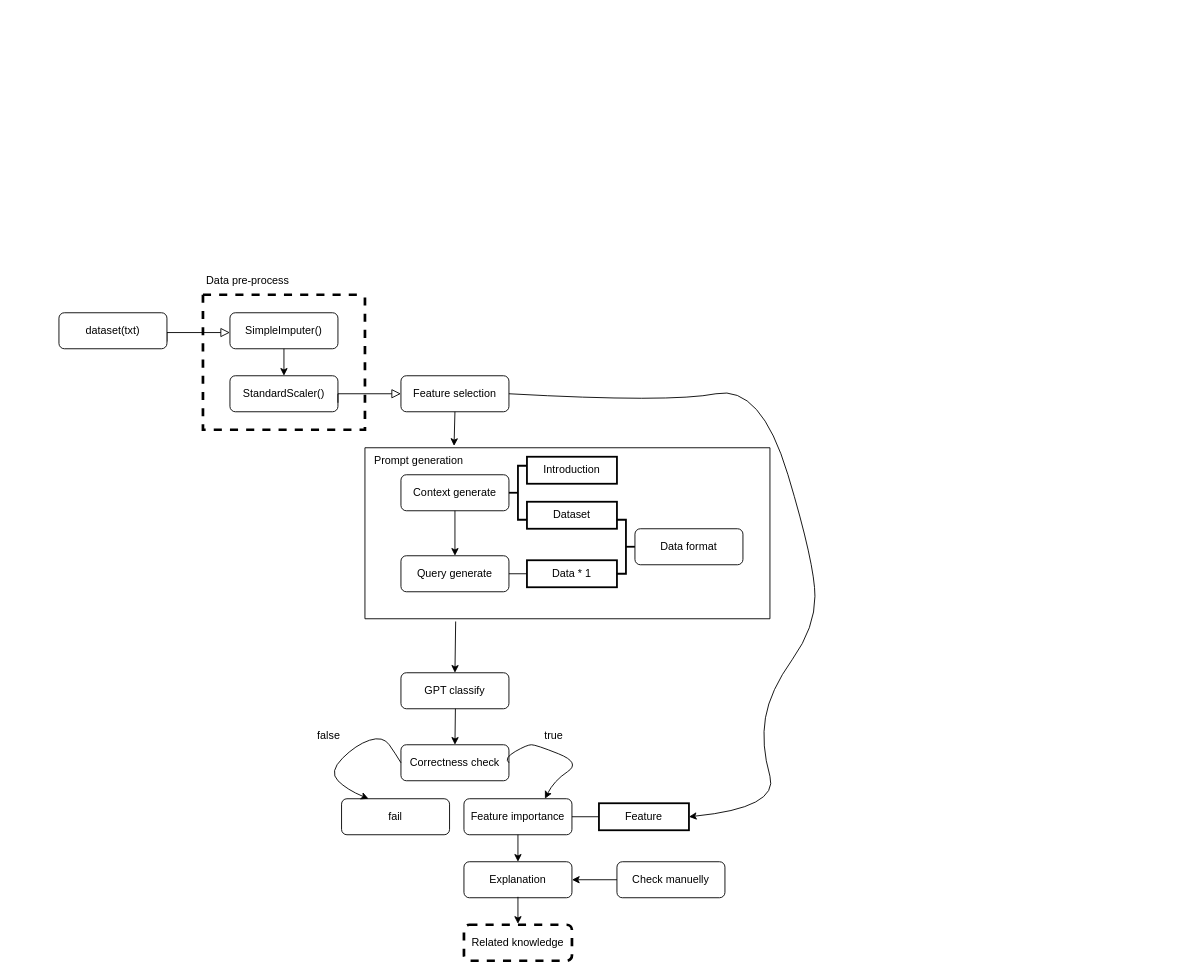
This is pipeline.drawio from lab992/Generate_explanations_for_classification_by_ChatGPT, a draw.io file, before an edit. Source tidied: cells renumbered, new cells numbered last; positions are measured from the earlier drawing's top-left corner, leaving out a move shared by most shapes. Both pictures are drawn from the tidied source at 90%, with x=0, y=0 at pixel (58, 267).
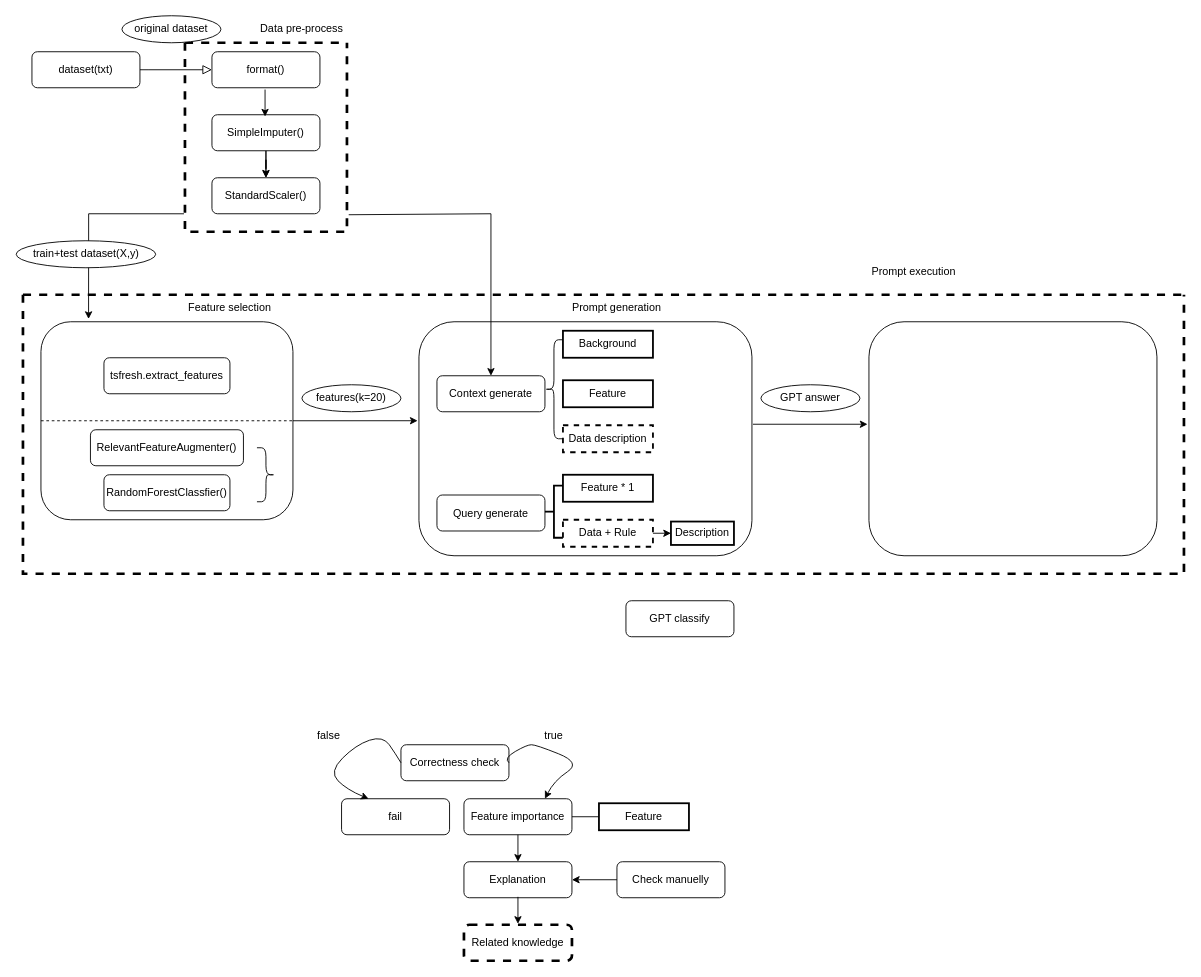
After the change.

Unchanged cells that the change refers to:
```xml
<mxCell id="34" value="Feature" style="whiteSpace=wrap;html=1;align=center;strokeWidth=2;" parent="1" vertex="1">
  <mxGeometry x="600" y="595" width="100" height="30" as="geometry" />
</mxCell>
```

What changed in the source:
```diff
@@
-    <mxCell id="2" style="rounded=0;html=1;jettySize=auto;orthogonalLoop=1;fontSize=11;endArrow=block;endFill=0;endSize=8;strokeWidth=1;shadow=0;labelBackgroundColor=none;edgeStyle=orthogonalEdgeStyle;exitX=1;exitY=0.5;exitDx=0;exitDy=0;" parent="1" edge="1">
+    <mxCell id="2" style="rounded=0;html=1;jettySize=auto;fontSize=11;endArrow=block;endFill=0;endSize=8;strokeWidth=1;shadow=0;labelBackgroundColor=none;edgeStyle=orthogonalEdgeStyle;exitX=1;exitY=0.5;exitDx=0;exitDy=0;entryX=0;entryY=0.5;entryDx=0;entryDy=0;" parent="1" edge="1" source="3" target="44">
       <mxGeometry relative="1" as="geometry">
-        <mxPoint x="120" y="82" as="sourcePoint" />
-        <mxPoint x="190" y="72" as="targetPoint" />
         <Array as="points">
-          <mxPoint x="120" y="72" />
+          <mxPoint x="100" y="-220" />
+          <mxPoint x="100" y="-220" />
         </Array>
       </mxGeometry>
     </mxCell>
     <mxCell id="3" value="dataset(txt)" style="rounded=1;whiteSpace=wrap;html=1;fontSize=12;glass=0;strokeWidth=1;shadow=0;" parent="1" vertex="1">
-      <mxGeometry y="50" width="120" height="40" as="geometry" />
+      <mxGeometry x="-30" y="-240" width="120" height="40" as="geometry" />
     </mxCell>
+    <mxCell id="43" style="edgeStyle=orthogonalEdgeStyle;rounded=0;jettySize=auto;html=1;" parent="1" edge="1" source="4" target="5">
+      <mxGeometry relative="1" as="geometry" />
+    </mxCell>
     <mxCell id="4" value="SimpleImputer()" style="rounded=1;whiteSpace=wrap;html=1;fontSize=12;glass=0;strokeWidth=1;shadow=0;" parent="1" vertex="1">
-      <mxGeometry x="190" y="50" width="120" height="40" as="geometry" />
+      <mxGeometry x="170" y="-170" width="120" height="40" as="geometry" />
     </mxCell>
     <mxCell id="5" value="StandardScaler()" style="rounded=1;whiteSpace=wrap;html=1;fontSize=12;glass=0;strokeWidth=1;shadow=0;" parent="1" vertex="1">
-      <mxGeometry x="190" y="120" width="120" height="40" as="geometry" />
+      <mxGeometry x="170" y="-100" width="120" height="40" as="geometry" />
     </mxCell>
@@
     <mxCell id="7" style="swimlane;startSize=0;dashed=1;strokeWidth=3;" parent="1" vertex="1">
-      <mxGeometry x="160" y="30" width="180" height="150" as="geometry" />
+      <mxGeometry x="140" y="-250" width="180" height="210" as="geometry" />
     </mxCell>
+    <mxCell id="44" value="format()" style="rounded=1;whiteSpace=wrap;html=1;fontSize=12;glass=0;strokeWidth=1;shadow=0;" parent="7" vertex="1">
+      <mxGeometry x="30" y="10" width="120" height="40" as="geometry" />
+    </mxCell>
     <mxCell id="8" value="Data pre-process" style="text;html=1;strokeColor=none;fillColor=none;align=center;verticalAlign=middle;whiteSpace=wrap;rounded=0;" parent="1" vertex="1">
-      <mxGeometry x="150" width="120" height="30" as="geometry" />
+      <mxGeometry x="210" y="-280" width="120" height="30" as="geometry" />
     </mxCell>
-    <mxCell id="9" style="rounded=0;html=1;jettySize=auto;orthogonalLoop=1;fontSize=11;endArrow=block;endFill=0;endSize=8;strokeWidth=1;shadow=0;labelBackgroundColor=none;edgeStyle=orthogonalEdgeStyle;exitX=1;exitY=0.5;exitDx=0;exitDy=0;" parent="1" edge="1">
-      <mxGeometry relative="1" as="geometry">
-        <mxPoint x="310" y="150" as="sourcePoint" />
-        <mxPoint x="380" y="140" as="targetPoint" />
-        <Array as="points">
-          <mxPoint x="310" y="140" />
-        </Array>
-      </mxGeometry>
-    </mxCell>
+    <mxCell id="12" style="swimlane;startSize=0;dashed=1;strokeWidth=3;" parent="1" vertex="1">
+      <mxGeometry x="-40" y="30" width="1290" height="310" as="geometry" />
+    </mxCell>
+    <mxCell id="45" style="rounded=1;whiteSpace=wrap;html=1;" parent="12" vertex="1">
+      <mxGeometry x="20" y="30" width="280" height="220" as="geometry" />
+    </mxCell>
+    <mxCell id="46" value="Feature selection" style="text;html=1;strokeColor=none;fillColor=none;align=center;verticalAlign=middle;whiteSpace=wrap;rounded=0;" parent="12" vertex="1">
+      <mxGeometry x="170" width="120" height="30" as="geometry" />
+    </mxCell>
+    <mxCell id="47" style="endArrow=none;dashed=1;html=1;rounded=0;exitX=0;exitY=0.5;exitDx=0;exitDy=0;entryX=1;entryY=0.5;entryDx=0;entryDy=0;" parent="12" edge="1" source="45" target="45">
+      <mxGeometry relative="1" as="geometry" />
+    </mxCell>
-    <mxCell id="10" value="Feature selection" style="rounded=1;whiteSpace=wrap;html=1;fontSize=12;glass=0;strokeWidth=1;shadow=0;" parent="1" vertex="1">
-      <mxGeometry x="380" y="120" width="120" height="40" as="geometry" />
+    <mxCell id="10" value="tsfresh.extract_features" style="rounded=1;whiteSpace=wrap;html=1;fontSize=12;glass=0;strokeWidth=1;shadow=0;" parent="12" vertex="1">
+      <mxGeometry x="90" y="70" width="140" height="40" as="geometry" />
     </mxCell>
-    <mxCell id="11" style="endArrow=classic;html=1;rounded=0;exitX=0.5;exitY=1;exitDx=0;exitDy=0;entryX=0.825;entryY=-0.067;entryDx=0;entryDy=0;entryPerimeter=0;" parent="1" edge="1" source="10" target="19">
-      <mxGeometry relative="1" as="geometry" />
-    </mxCell>
-    <mxCell id="12" style="swimlane;startSize=0;" parent="1" vertex="1">
-      <mxGeometry x="340" y="200" width="450" height="190" as="geometry" />
-    </mxCell>
+    <mxCell id="48" value="RelevantFeatureAugmenter()" style="rounded=1;whiteSpace=wrap;html=1;fontSize=12;glass=0;strokeWidth=1;shadow=0;" parent="12" vertex="1">
+      <mxGeometry x="75" y="150" width="170" height="40" as="geometry" />
+    </mxCell>
+    <mxCell id="49" value="RandomForestClassfier()" style="rounded=1;whiteSpace=wrap;html=1;fontSize=12;glass=0;strokeWidth=1;shadow=0;" parent="12" vertex="1">
+      <mxGeometry x="90" y="200" width="140" height="40" as="geometry" />
+    </mxCell>
+    <mxCell id="50" style="shape=curlyBracket;whiteSpace=wrap;html=1;rounded=1;flipH=1;labelPosition=right;verticalLabelPosition=middle;align=left;verticalAlign=middle;" parent="12" vertex="1">
+      <mxGeometry x="260" y="170" width="20" height="60" as="geometry" />
+    </mxCell>
+    <mxCell id="51" style="rounded=1;whiteSpace=wrap;html=1;" parent="12" vertex="1">
+      <mxGeometry x="440" y="30" width="370" height="260" as="geometry" />
+    </mxCell>
+    <mxCell id="52" value="features(k=20)" style="ellipse;whiteSpace=wrap;html=1;" parent="12" vertex="1">
+      <mxGeometry x="310" y="100" width="110" height="30" as="geometry" />
+    </mxCell>
+    <mxCell id="53" style="endArrow=classic;html=1;rounded=0;exitX=1;exitY=0.5;exitDx=0;exitDy=0;entryX=-0.004;entryY=0.423;entryDx=0;entryDy=0;entryPerimeter=0;" parent="12" edge="1" source="45" target="51">
+      <mxGeometry relative="1" as="geometry" />
+    </mxCell>
+    <mxCell id="54" value="Prompt generation" style="text;html=1;strokeColor=none;fillColor=none;align=center;verticalAlign=middle;whiteSpace=wrap;rounded=0;" parent="12" vertex="1">
+      <mxGeometry x="600" width="120" height="30" as="geometry" />
+    </mxCell>
     <mxCell id="13" value="Context generate" style="rounded=1;whiteSpace=wrap;html=1;fontSize=12;glass=0;strokeWidth=1;shadow=0;" parent="12" vertex="1">
-      <mxGeometry x="40" y="30" width="120" height="40" as="geometry" />
+      <mxGeometry x="460" y="90" width="120" height="40" as="geometry" />
     </mxCell>
     <mxCell id="14" value="Query generate" style="rounded=1;whiteSpace=wrap;html=1;fontSize=12;glass=0;strokeWidth=1;shadow=0;" parent="12" vertex="1">
-      <mxGeometry x="40" y="120" width="120" height="40" as="geometry" />
+      <mxGeometry x="460" y="222.5" width="120" height="40" as="geometry" />
     </mxCell>
-    <mxCell id="15" style="strokeWidth=2;html=1;shape=mxgraph.flowchart.annotation_2;align=left;labelPosition=right;" parent="12" vertex="1">
-      <mxGeometry x="160" y="20" width="20" height="60" as="geometry" />
-    </mxCell>
-    <mxCell id="16" value="Introduction" style="whiteSpace=wrap;html=1;align=center;strokeWidth=2;" parent="12" vertex="1">
-      <mxGeometry x="180" y="10" width="100" height="30" as="geometry" />
+    <mxCell id="16" value="Background" style="whiteSpace=wrap;html=1;align=center;strokeWidth=2;" parent="12" vertex="1">
+      <mxGeometry x="600" y="40" width="100" height="30" as="geometry" />
     </mxCell>
-    <mxCell id="17" value="Dataset" style="whiteSpace=wrap;html=1;align=center;strokeWidth=2;" parent="12" vertex="1">
-      <mxGeometry x="180" y="60" width="100" height="30" as="geometry" />
+    <mxCell id="17" value="Feature" style="whiteSpace=wrap;html=1;align=center;strokeWidth=2;" parent="12" vertex="1">
+      <mxGeometry x="600" y="95" width="100" height="30" as="geometry" />
     </mxCell>
-    <mxCell id="18" value="Data * 1" style="whiteSpace=wrap;html=1;align=center;strokeWidth=2;" parent="12" vertex="1">
-      <mxGeometry x="180" y="125" width="100" height="30" as="geometry" />
+    <mxCell id="18" value="Feature * 1" style="whiteSpace=wrap;html=1;align=center;strokeWidth=2;" parent="12" vertex="1">
+      <mxGeometry x="600" y="200" width="100" height="30" as="geometry" />
     </mxCell>
-    <mxCell id="19" value="Prompt generation" style="text;html=1;strokeColor=none;fillColor=none;align=center;verticalAlign=middle;whiteSpace=wrap;rounded=0;" parent="12" vertex="1">
-      <mxGeometry width="120" height="30" as="geometry" />
-    </mxCell>
-    <mxCell id="20" style="endArrow=none;html=1;rounded=0;exitX=1;exitY=0.5;exitDx=0;exitDy=0;entryX=0;entryY=0.5;entryDx=0;entryDy=0;" parent="12" edge="1" source="14" target="18">
-      <mxGeometry relative="1" as="geometry" />
-    </mxCell>
-    <mxCell id="21" style="strokeWidth=2;html=1;shape=mxgraph.flowchart.annotation_2;align=left;labelPosition=right;rotation=-180;" parent="12" vertex="1">
-      <mxGeometry x="280" y="80" width="20" height="60" as="geometry" />
-    </mxCell>
-    <mxCell id="22" style="endArrow=classic;html=1;rounded=0;exitX=0.5;exitY=1;exitDx=0;exitDy=0;entryX=0.5;entryY=0;entryDx=0;entryDy=0;" parent="12" edge="1" source="13" target="14">
-      <mxGeometry relative="1" as="geometry" />
-    </mxCell>
-    <mxCell id="23" value="Data format" style="rounded=1;whiteSpace=wrap;html=1;fontSize=12;glass=0;strokeWidth=1;shadow=0;" parent="12" vertex="1">
-      <mxGeometry x="300" y="90" width="120" height="40" as="geometry" />
-    </mxCell>
-    <mxCell id="24" style="endArrow=classic;html=1;rounded=0;exitX=0.224;exitY=1.016;exitDx=0;exitDy=0;exitPerimeter=0;" parent="1" edge="1" source="12">
-      <mxGeometry relative="1" as="geometry">
-        <mxPoint x="440" y="450" as="targetPoint" />
-      </mxGeometry>
-    </mxCell>
+    <mxCell id="55" style="shape=curlyBracket;whiteSpace=wrap;html=1;rounded=1;labelPosition=left;verticalLabelPosition=middle;align=right;verticalAlign=middle;" parent="12" vertex="1">
+      <mxGeometry x="580" y="50" width="20" height="110" as="geometry" />
+    </mxCell>
+    <mxCell id="56" value="Data description" style="whiteSpace=wrap;html=1;align=center;strokeWidth=2;dashed=1;" parent="12" vertex="1">
+      <mxGeometry x="600" y="145" width="100" height="30" as="geometry" />
+    </mxCell>
+    <mxCell id="57" style="strokeWidth=2;html=1;shape=mxgraph.flowchart.annotation_2;align=left;labelPosition=right;" parent="12" vertex="1">
+      <mxGeometry x="580" y="212" width="20" height="58" as="geometry" />
+    </mxCell>
+    <mxCell id="58" value="Data + Rule" style="whiteSpace=wrap;html=1;align=center;strokeWidth=2;dashed=1;" parent="12" vertex="1">
+      <mxGeometry x="600" y="250" width="100" height="30" as="geometry" />
+    </mxCell>
+    <mxCell id="59" value="Description" style="whiteSpace=wrap;html=1;align=center;strokeWidth=2;" parent="12" vertex="1">
+      <mxGeometry x="720" y="252" width="70" height="26" as="geometry" />
+    </mxCell>
+    <mxCell id="60" style="endArrow=classic;html=1;rounded=0;exitX=1;exitY=0.5;exitDx=0;exitDy=0;entryX=0;entryY=0.5;entryDx=0;entryDy=0;" parent="12" edge="1" source="58" target="59">
+      <mxGeometry relative="1" as="geometry" />
+    </mxCell>
+    <mxCell id="61" style="rounded=1;whiteSpace=wrap;html=1;" parent="12" vertex="1">
+      <mxGeometry x="940" y="30" width="320" height="260" as="geometry" />
+    </mxCell>
+    <mxCell id="62" style="endArrow=classic;html=1;rounded=0;exitX=1.003;exitY=0.438;exitDx=0;exitDy=0;exitPerimeter=0;entryX=-0.005;entryY=0.438;entryDx=0;entryDy=0;entryPerimeter=0;" parent="12" edge="1" source="51" target="61">
+      <mxGeometry relative="1" as="geometry" />
+    </mxCell>
+    <mxCell id="63" value="GPT answer" style="ellipse;whiteSpace=wrap;html=1;" parent="12" vertex="1">
+      <mxGeometry x="820" y="100" width="110" height="30" as="geometry" />
+    </mxCell>
     <mxCell id="25" value="GPT classify" style="rounded=1;whiteSpace=wrap;html=1;fontSize=12;glass=0;strokeWidth=1;shadow=0;" parent="1" vertex="1">
-      <mxGeometry x="380" y="450" width="120" height="40" as="geometry" />
+      <mxGeometry x="630" y="370" width="120" height="40" as="geometry" />
     </mxCell>
@@
-    <mxCell id="27" style="endArrow=classic;html=1;rounded=0;exitX=0.224;exitY=1.016;exitDx=0;exitDy=0;exitPerimeter=0;" parent="1" edge="1">
-      <mxGeometry relative="1" as="geometry">
-        <mxPoint x="440.5" y="490" as="sourcePoint" />
-        <mxPoint x="440" y="530" as="targetPoint" />
-      </mxGeometry>
-    </mxCell>
@@
-    <mxCell id="36" style="curved=1;endArrow=classic;html=1;rounded=0;exitX=1;exitY=0.5;exitDx=0;exitDy=0;entryX=1;entryY=0.5;entryDx=0;entryDy=0;" parent="1" edge="1" source="10" target="34">
-      <mxGeometry relative="1" as="geometry">
-        <Array as="points">
-          <mxPoint x="680" y="150" />
-          <mxPoint x="780" y="130" />
-          <mxPoint x="840" y="330" />
-          <mxPoint x="840" y="400" />
-          <mxPoint x="790" y="470" />
-          <mxPoint x="780" y="530" />
-          <mxPoint x="800" y="600" />
-        </Array>
-      </mxGeometry>
-    </mxCell>
@@
+    <mxCell id="64" style="edgeStyle=orthogonalEdgeStyle;rounded=0;orthogonalLoop=1;jettySize=auto;html=1;" parent="1" edge="1">
+      <mxGeometry relative="1" as="geometry">
+        <mxPoint x="229" y="-198" as="sourcePoint" />
+        <mxPoint x="229" y="-168" as="targetPoint" />
+      </mxGeometry>
+    </mxCell>
+    <mxCell id="65" style="endArrow=classic;html=1;rounded=0;exitX=-0.006;exitY=0.905;exitDx=0;exitDy=0;entryX=0.189;entryY=-0.014;entryDx=0;entryDy=0;entryPerimeter=0;exitPerimeter=0;" parent="1" edge="1" source="7" target="45">
+      <mxGeometry relative="1" as="geometry">
+        <Array as="points">
+          <mxPoint x="33" y="-60" />
+        </Array>
+      </mxGeometry>
+    </mxCell>
+    <mxCell id="19" value="Prompt execution" style="text;html=1;strokeColor=none;fillColor=none;align=center;verticalAlign=middle;whiteSpace=wrap;rounded=0;" parent="1" vertex="1">
+      <mxGeometry x="890" y="-10" width="120" height="30" as="geometry" />
+    </mxCell>
+    <mxCell id="66" value="original dataset" style="ellipse;whiteSpace=wrap;html=1;" parent="1" vertex="1">
+      <mxGeometry x="70" y="-280" width="110" height="30" as="geometry" />
+    </mxCell>
+    <mxCell id="67" value="train+test dataset(X,y)" style="ellipse;whiteSpace=wrap;html=1;" parent="1" vertex="1">
+      <mxGeometry x="-47.5" y="-30" width="155" height="30" as="geometry" />
+    </mxCell>
+    <mxCell id="68" style="endArrow=classic;html=1;rounded=0;exitX=1.011;exitY=0.91;exitDx=0;exitDy=0;exitPerimeter=0;entryX=0.5;entryY=0;entryDx=0;entryDy=0;" parent="1" edge="1" source="7" target="13">
+      <mxGeometry relative="1" as="geometry">
+        <Array as="points">
+          <mxPoint x="480" y="-60" />
+        </Array>
+      </mxGeometry>
+    </mxCell>
```
